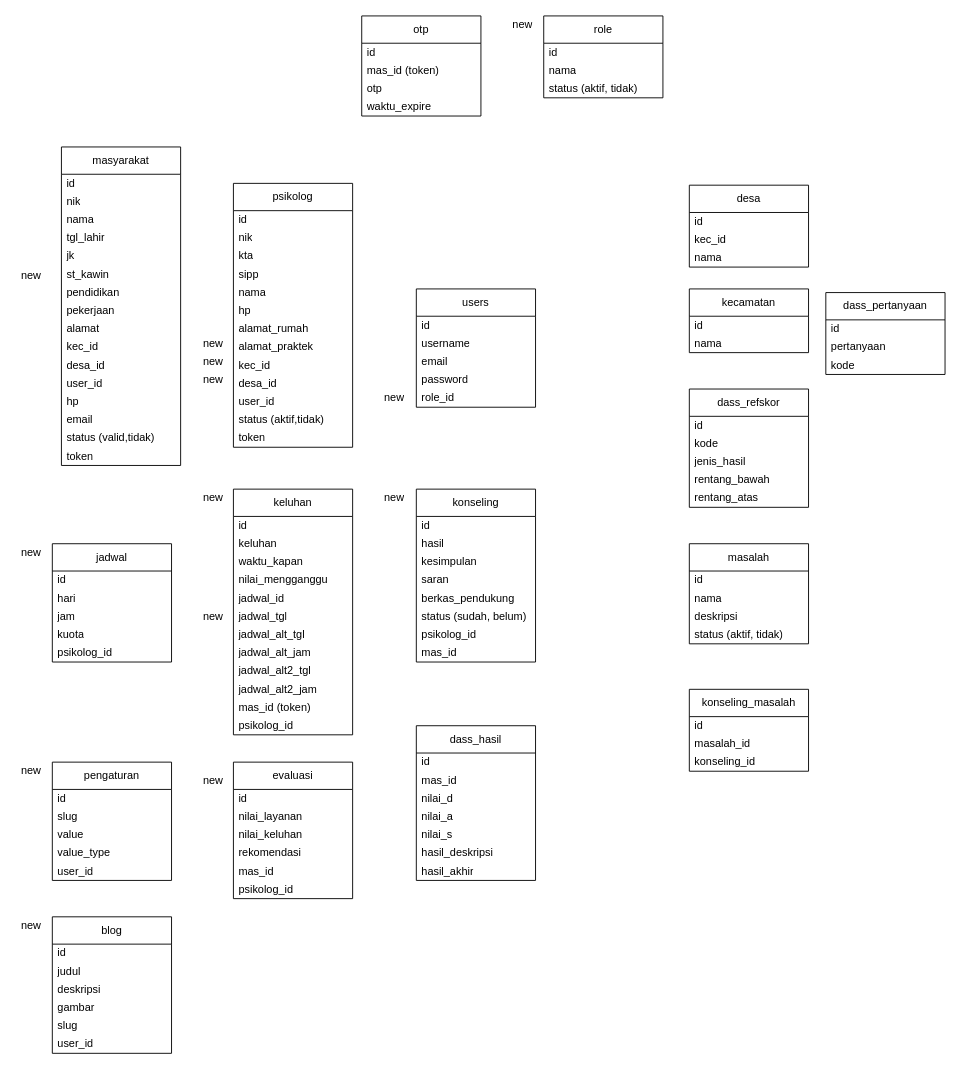
zeneight/drawio keeps this draw.io diagram as env_designs/erd_dmb.drawio. Above is the earlier version. Source tidied: cells renumbered, new cells numbered last; positions are measured from the earlier drawing's top-left corner, leaving out a move shared by most shapes. Both pictures are drawn from the tidied source at 91%, with x=0, y=0 at pixel (15, 15).
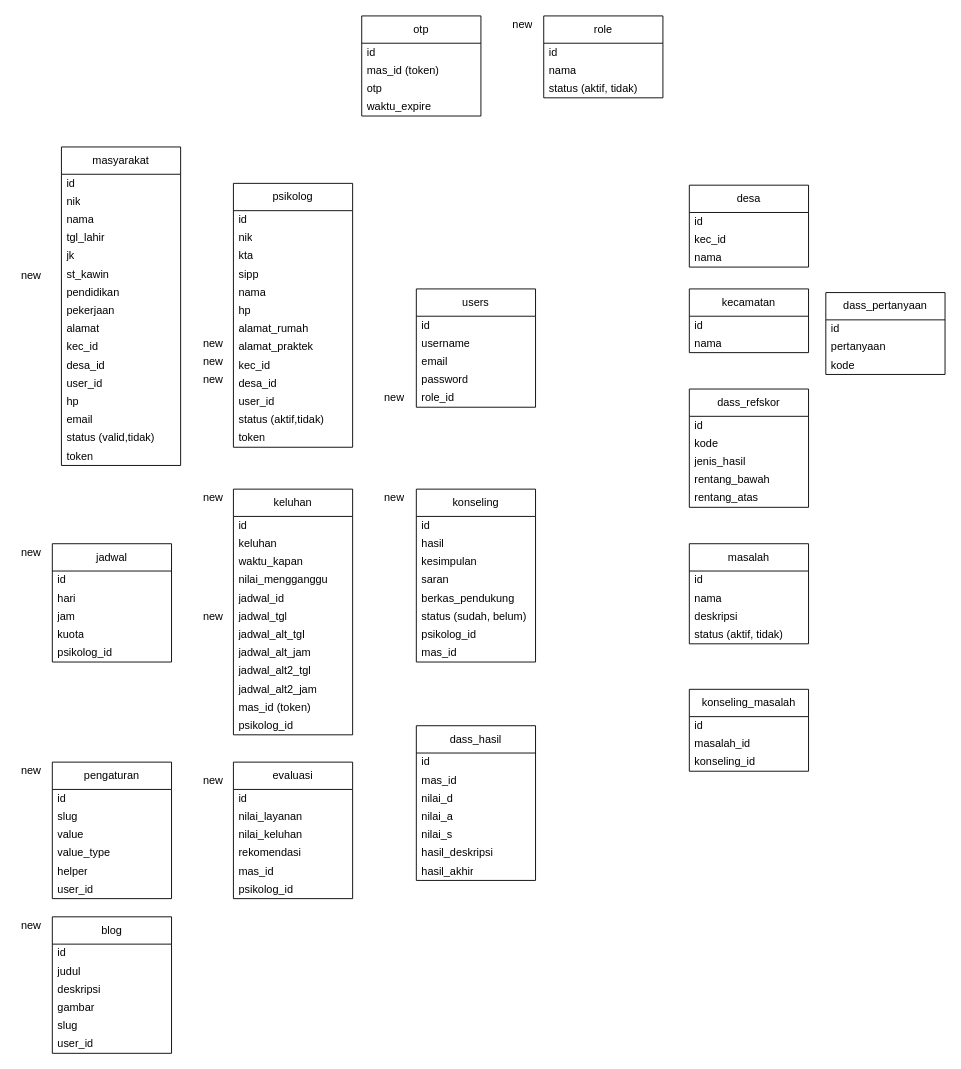
The same page after the edit.

Change to the diagram source:
```diff
@@
     <mxCell id="127" value="pengaturan" style="swimlane;fontStyle=0;horizontal=1;startSize=30;whiteSpace=wrap;html=1;" parent="1" vertex="1">
-      <mxGeometry x="40" y="820" width="131" height="130" as="geometry" />
+      <mxGeometry x="40" y="820" width="131" height="150" as="geometry" />
     </mxCell>
@@
+    <mxCell id="143" value="helper" style="text;strokeColor=none;fillColor=none;align=left;verticalAlign=middle;spacingLeft=4;spacingRight=4;overflow=hidden;whiteSpace=wrap;html=1;" parent="127" vertex="1">
+      <mxGeometry y="110" width="131" height="20" as="geometry" />
+    </mxCell>
     <mxCell id="132" value="user_id" style="text;strokeColor=none;fillColor=none;align=left;verticalAlign=middle;spacingLeft=4;spacingRight=4;overflow=hidden;whiteSpace=wrap;html=1;" parent="127" vertex="1">
-      <mxGeometry y="110" width="131" height="20" as="geometry" />
+      <mxGeometry y="130" width="131" height="20" as="geometry" />
     </mxCell>
```
